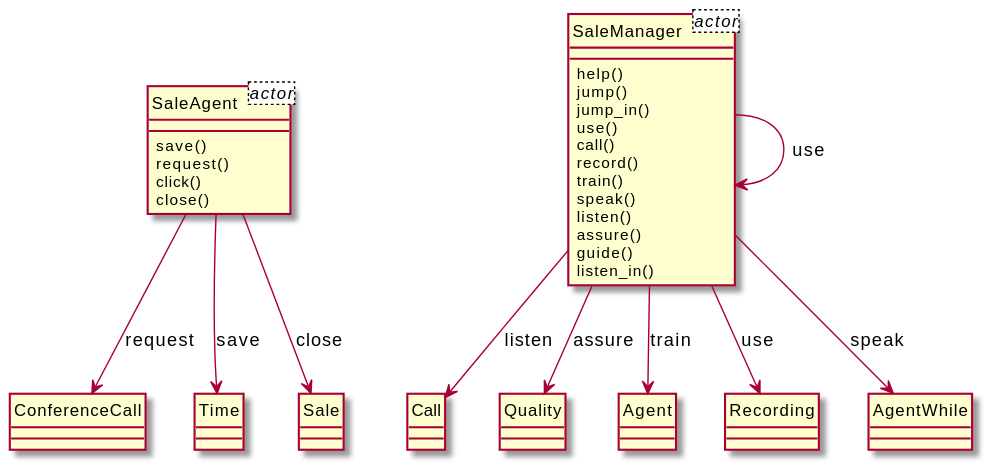
Earlier version of the PlantUML export output/diagram_5/2014-USC-Project05.svg (xixixhalu/DomainModelExtractor).
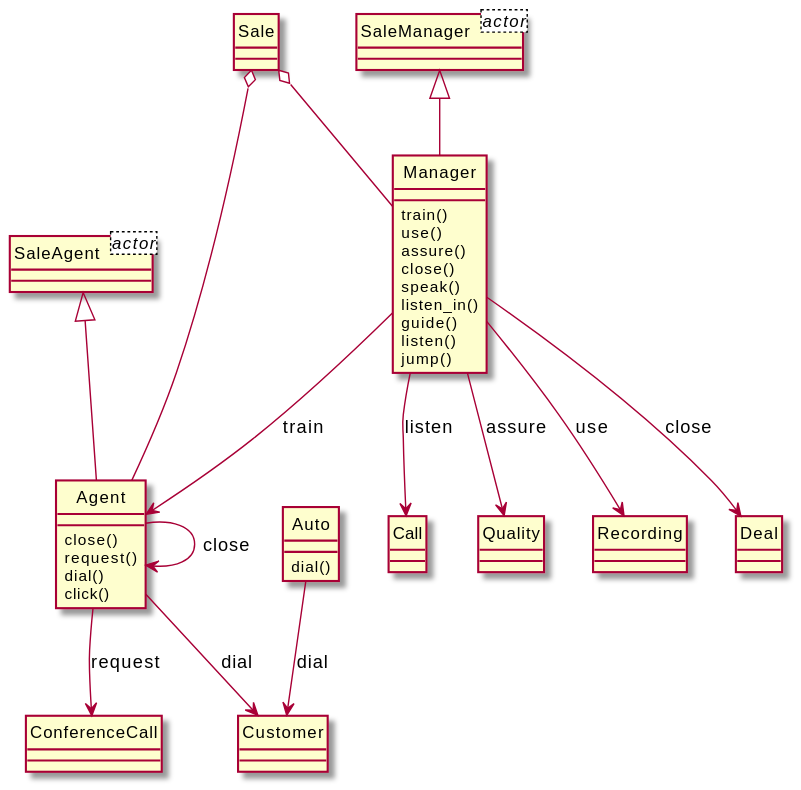
The same diagram one commit later.

Diff of the diagram source:
```diff
@@ -4,49 +4,55 @@
 }
 class SaleManager<actor> {
 }
-class SaleManager {
-	help()
+class Sale {
+}
+class Manager {
+	train()
+	use()
+	assure()
+	close()
+	speak()
+	listen_in()
+	guide()
+	listen()
 	jump()
-	jump_in()
-	use()
-	call()
-	record()
-	train()
-	speak()
-	listen()
-	assure()
-	guide()
-	listen_in()
+}
+class Deal {
 }
 class Call {
 }
-class SaleAgent {
-	save()
+class Agent {
+	close()
 	request()
+	dial()
 	click()
-	close()
 }
 class ConferenceCall {
 }
+class Auto {
+	dial()
+}
+class Customer {
+}
 class Quality {
-}
-class Agent {
 }
 class Recording {
 }
-class Time {
+class SaleAgent {
 }
-class AgentWhile {
+class SaleManager {
 }
-class Sale {
-}
-SaleAgent --> ConferenceCall : request
-SaleManager --> AgentWhile : speak
-SaleManager --> SaleManager : use
-SaleManager --> Recording : use
-SaleManager --> Quality : assure
-SaleManager --> Call : listen
-SaleAgent --> Sale : close
-SaleAgent --> Time : save
-SaleManager --> Agent : train
+Agent --> Agent : close
+Manager --> Call : listen
+Manager --> Agent : train
+Auto --> Customer : dial
+SaleManager <|-- Manager
+Sale o-- Manager
+Manager --> Recording : use
+Manager --> Quality : assure
+Agent --> ConferenceCall : request
+SaleAgent <|-- Agent
+Manager --> Deal : close
+Agent --> Customer : dial
+Sale o-- Agent
 @enduml
```
